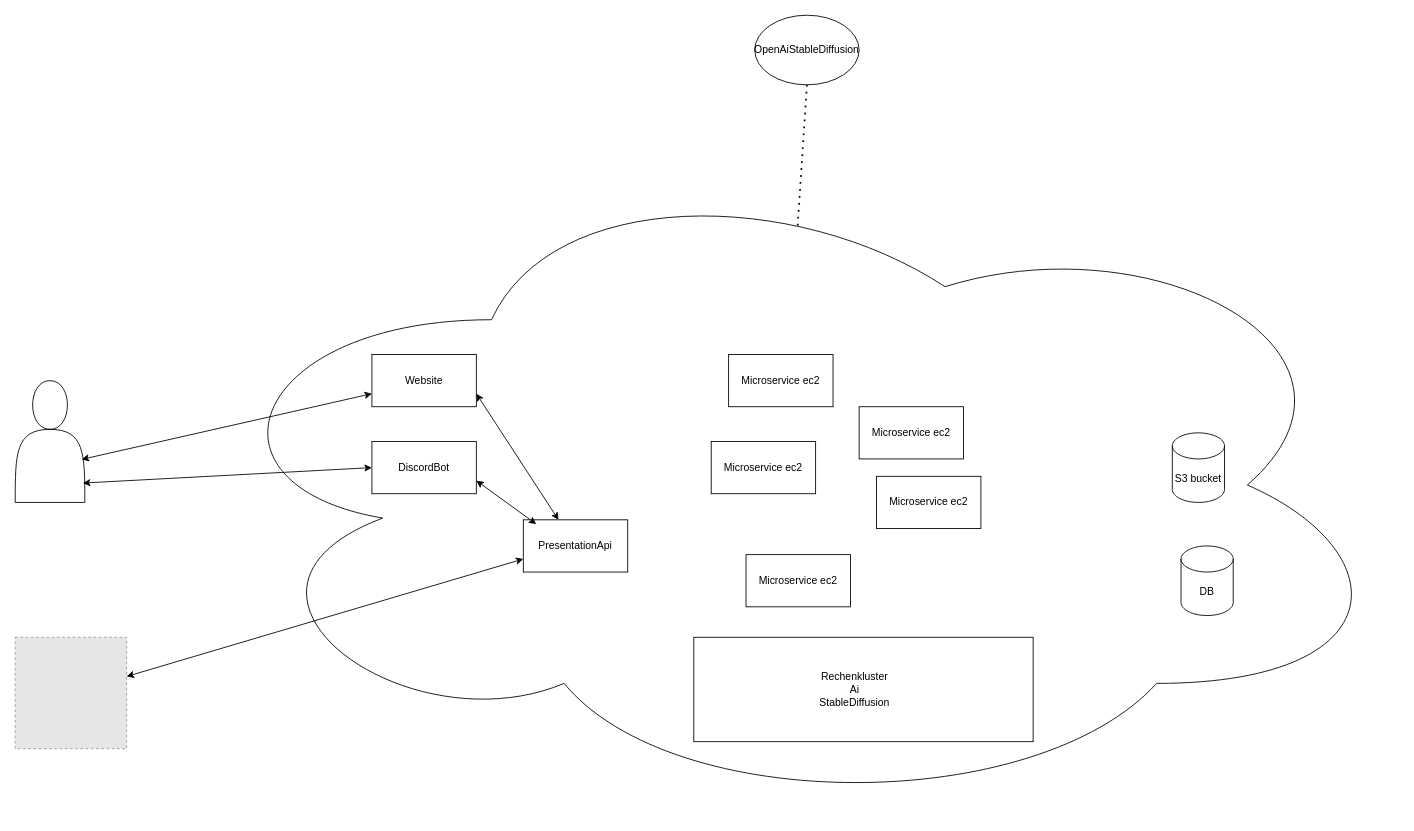
Above: Overview.drawio in rothexD/AdvancedModeling (draw.io), before the change. Source tidied: cells renumbered, new cells numbered last; positions are measured from the earlier drawing's top-left corner, leaving out a move shared by most shapes. Both pictures are drawn from the tidied source at 87%, with x=0, y=0 at pixel (15, 15). Pictures stored in the file or linked from it are replaced by grey dashed boxes.
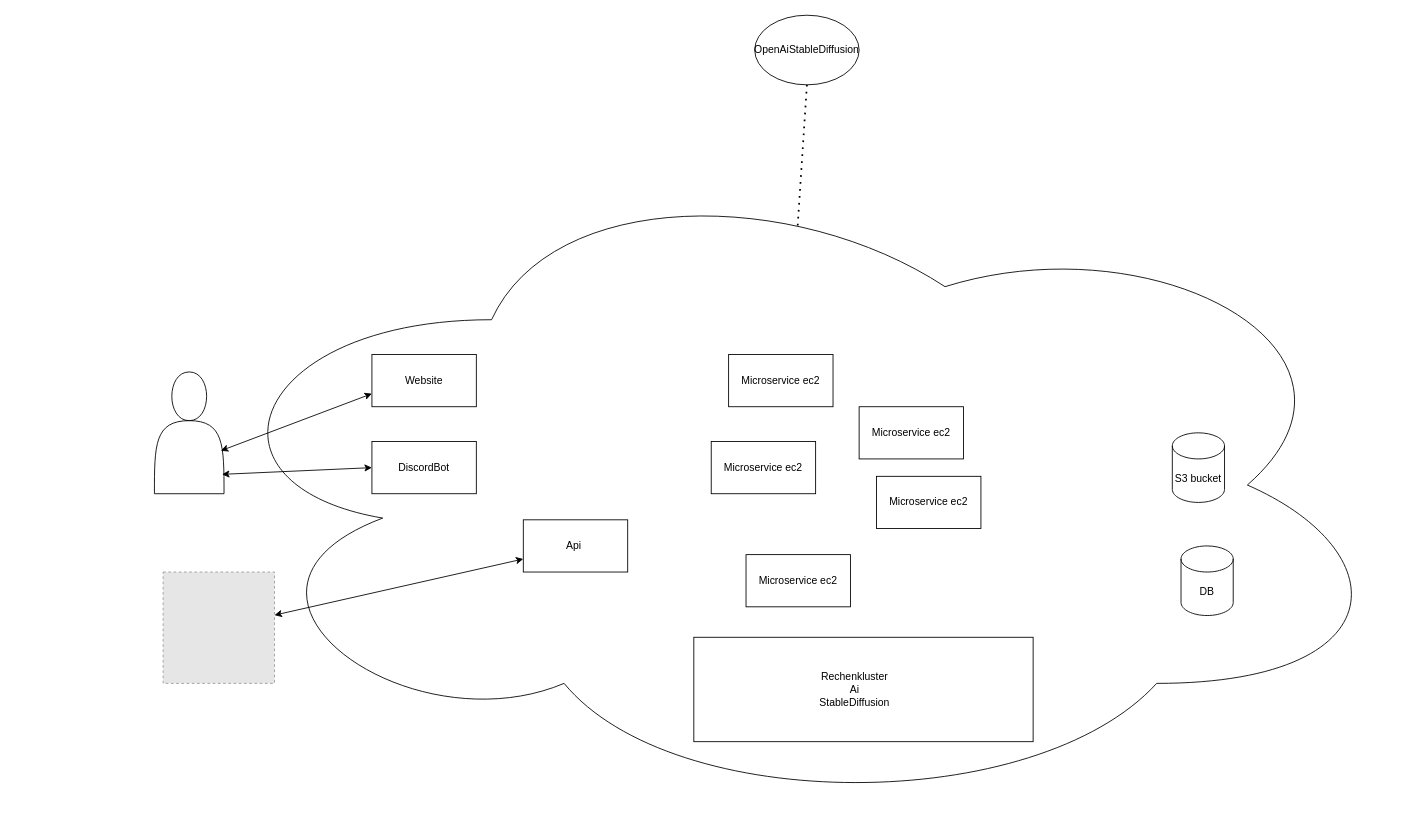
Above is the later version.

The change refers to these unchanged cells:
```xml
<mxCell id="11" value="DiscordBot" style="rounded=0;whiteSpace=wrap;html=1;" parent="1" vertex="1">
  <mxGeometry x="410" y="490" width="120" height="60" as="geometry" />
</mxCell>
<mxCell id="12" value="Website" style="rounded=0;whiteSpace=wrap;html=1;" parent="1" vertex="1">
  <mxGeometry x="410" y="390" width="120" height="60" as="geometry" />
</mxCell>
```

Diff of the diagram source:
```diff
@@
-    <mxCell id="13" value="PresentationApi" style="rounded=0;whiteSpace=wrap;html=1;" parent="1" vertex="1">
+    <mxCell id="13" value="Api&amp;nbsp;" style="rounded=0;whiteSpace=wrap;html=1;" parent="1" vertex="1">
       <mxGeometry x="584" y="580" width="120" height="60" as="geometry" />
     </mxCell>
     <mxCell id="14" style="shape=actor;whiteSpace=wrap;html=1;" parent="1" vertex="1">
-      <mxGeometry y="420" width="80" height="140" as="geometry" />
+      <mxGeometry x="160" y="410" width="80" height="140" as="geometry" />
     </mxCell>
@@
     <mxCell id="17" style="fillColor=#E6E6E6;strokeColor=#999999;dashed=1;html=1;verticalAlign=top;verticalLabelPosition=bottom;labelBackgroundColor=#ffffff;" parent="1" vertex="1">
-      <mxGeometry y="715" width="128" height="128" as="geometry" />
+      <mxGeometry x="170" y="640" width="128" height="128" as="geometry" />
     </mxCell>
@@
-    <mxCell id="19" style="endArrow=classic;startArrow=classic;html=1;rounded=0;exitX=1;exitY=0.75;exitDx=0;exitDy=0;" parent="1" edge="1" source="12" target="13">
-      <mxGeometry relative="1" as="geometry" />
-    </mxCell>
-    <mxCell id="20" style="endArrow=classic;startArrow=classic;html=1;rounded=0;exitX=1;exitY=0.75;exitDx=0;exitDy=0;entryX=0.124;entryY=0.081;entryDx=0;entryDy=0;entryPerimeter=0;" parent="1" edge="1" source="11" target="13">
-      <mxGeometry relative="1" as="geometry" />
-    </mxCell>
```
